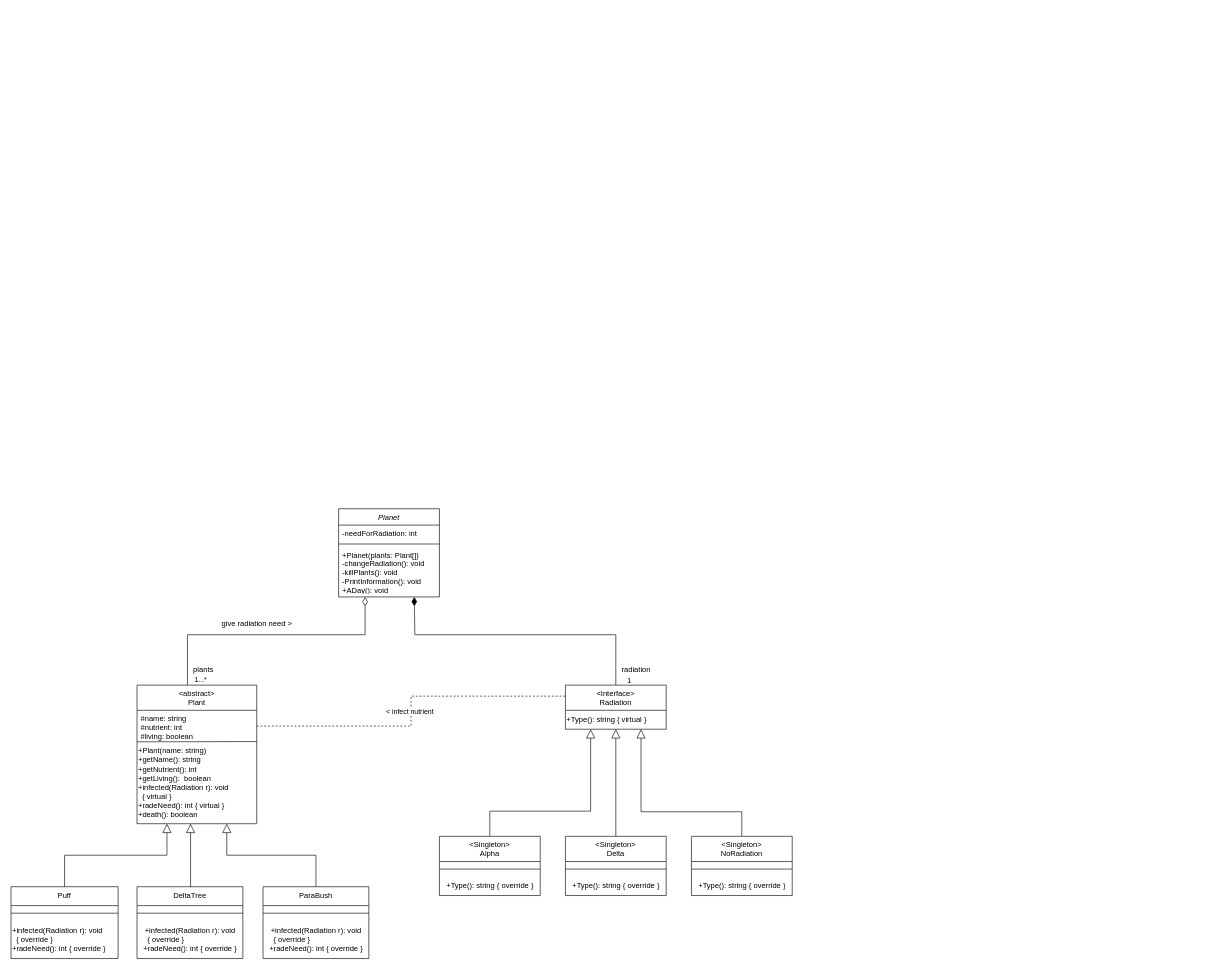
The draw.io diagram Untitled Diagram.drawio in summertx/uml, before the edit. Source tidied: cells renumbered, new cells numbered last; positions are measured from the earlier drawing's top-left corner, leaving out a move shared by most shapes. Both pictures are drawn from the tidied source at 63%, with x=0, y=0 at pixel (11, 508).
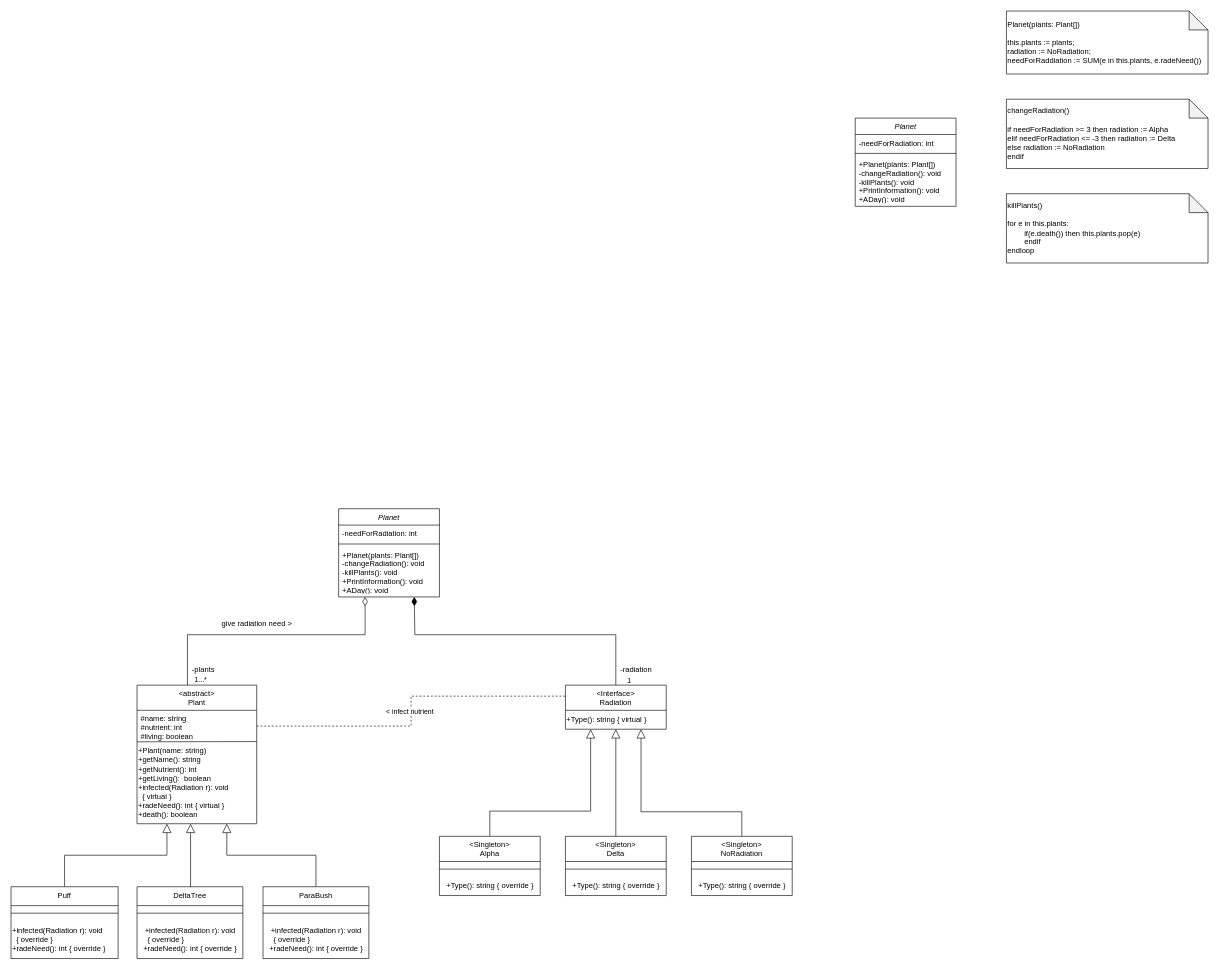
The same diagram, later.

The change refers to these unchanged cells:
```xml
<mxCell id="2" value="Planet" style="swimlane;fontStyle=2;align=center;verticalAlign=top;horizontal=1;startSize=26;rounded=0;shadow=0;strokeWidth=1;" parent="1" vertex="1">
  <mxGeometry x="520" width="160" height="140" as="geometry" />
</mxCell>
```

The edit, as a diff of the source:
```diff
@@
-    <mxCell id="5" value="+Planet(plants: Plant[])&#10;-changeRadiation(): void&#10;-killPlants(): void&#10;-PrintInformation(): void&#10;+ADay(): void&#10;" style="text;align=left;verticalAlign=top;spacingLeft=4;spacingRight=4;overflow=hidden;" parent="2" vertex="1">
+    <mxCell id="5" value="+Planet(plants: Plant[])&#10;-changeRadiation(): void&#10;-killPlants(): void&#10;+PrintInformation(): void&#10;+ADay(): void&#10;" style="text;align=left;verticalAlign=top;spacingLeft=4;spacingRight=4;overflow=hidden;" parent="2" vertex="1">
       <mxGeometry y="60" width="160" height="70" as="geometry" />
     </mxCell>
@@
-    <mxCell id="43" value="plants" style="text;html=1;align=center;verticalAlign=middle;strokeColor=none;fillColor=none;" parent="1" vertex="1">
+    <mxCell id="43" value="-plants" style="text;html=1;align=center;verticalAlign=middle;strokeColor=none;fillColor=none;" parent="1" vertex="1">
       <mxGeometry x="275" y="240" width="60" height="30" as="geometry" />
     </mxCell>
-    <mxCell id="44" value="radiation" style="text;html=1;align=center;verticalAlign=middle;strokeColor=none;fillColor=none;" parent="1" vertex="1">
+    <mxCell id="44" value="-radiation" style="text;html=1;align=center;verticalAlign=middle;strokeColor=none;fillColor=none;" parent="1" vertex="1">
       <mxGeometry x="957" y="240" width="70" height="30" as="geometry" />
     </mxCell>
+    <mxCell id="45" value="Planet" style="swimlane;fontStyle=2;align=center;verticalAlign=top;horizontal=1;startSize=26;rounded=0;shadow=0;strokeWidth=1;" parent="1" vertex="1">
+      <mxGeometry x="1340" y="-620" width="160" height="140" as="geometry" />
+    </mxCell>
+    <mxCell id="46" value="-needForRadiation: int" style="text;align=left;verticalAlign=top;spacingLeft=4;spacingRight=4;overflow=hidden;rounded=0;shadow=0;html=0;" parent="45" vertex="1">
+      <mxGeometry y="26" width="160" height="26" as="geometry" />
+    </mxCell>
+    <mxCell id="47" style="line;html=1;strokeWidth=1;align=left;verticalAlign=middle;spacingTop=-1;spacingLeft=3;spacingRight=3;labelPosition=right;" parent="45" vertex="1">
+      <mxGeometry y="52" width="160" height="8" as="geometry" />
+    </mxCell>
+    <mxCell id="48" value="+Planet(plants: Plant[])&#10;-changeRadiation(): void&#10;-killPlants(): void&#10;+PrintInformation(): void&#10;+ADay(): void&#10;" style="text;align=left;verticalAlign=top;spacingLeft=4;spacingRight=4;overflow=hidden;" parent="45" vertex="1">
+      <mxGeometry y="60" width="160" height="70" as="geometry" />
+    </mxCell>
+    <mxCell id="49" value="Planet(plants: Plant[])&lt;div&gt;&lt;br&gt;&lt;/div&gt;&lt;div&gt;this.plants := plants;&amp;nbsp;&lt;/div&gt;&lt;div&gt;radiation := NoRadiation;&lt;/div&gt;&lt;div&gt;needForRaddiation := SUM(e in this.plants, e.radeNeed())&lt;/div&gt;" style="shape=note;whiteSpace=wrap;html=1;backgroundOutline=1;darkOpacity=0.05;align=left;" parent="1" vertex="1">
+      <mxGeometry x="1580" y="-790" width="320" height="100" as="geometry" />
+    </mxCell>
+    <mxCell id="50" value="changeRadiation()&lt;div&gt;&lt;div&gt;&lt;br&gt;&lt;/div&gt;&lt;/div&gt;&lt;div&gt;if needForRadiation &amp;gt;= 3 then radiation := Alpha&lt;/div&gt;&lt;div&gt;elif needForRadiation &amp;lt;= -3 then radiation := Delta&lt;/div&gt;&lt;div&gt;else radiation := NoRadiation&amp;nbsp;&lt;/div&gt;&lt;div&gt;endif&lt;/div&gt;" style="shape=note;whiteSpace=wrap;html=1;backgroundOutline=1;darkOpacity=0.05;align=left;" parent="1" vertex="1">
+      <mxGeometry x="1580" y="-650" width="320" height="110" as="geometry" />
+    </mxCell>
+    <mxCell id="51" value="killPlants()&lt;div&gt;&lt;br&gt;&lt;/div&gt;&lt;div&gt;for e in this.plants:&lt;/div&gt;&lt;div&gt;&lt;span style=&quot;white-space: pre;&quot;&gt;&#9;&lt;/span&gt;if(e.death()) then this.plants.pop(e)&lt;br&gt;&lt;/div&gt;&lt;div&gt;&lt;span style=&quot;white-space: pre;&quot;&gt;&#9;&lt;/span&gt;endif&lt;br&gt;&lt;/div&gt;&lt;div&gt;endloop&lt;/div&gt;" style="shape=note;whiteSpace=wrap;html=1;backgroundOutline=1;darkOpacity=0.05;align=left;" parent="1" vertex="1">
+      <mxGeometry x="1580" y="-500" width="320" height="110" as="geometry" />
+    </mxCell>
```
